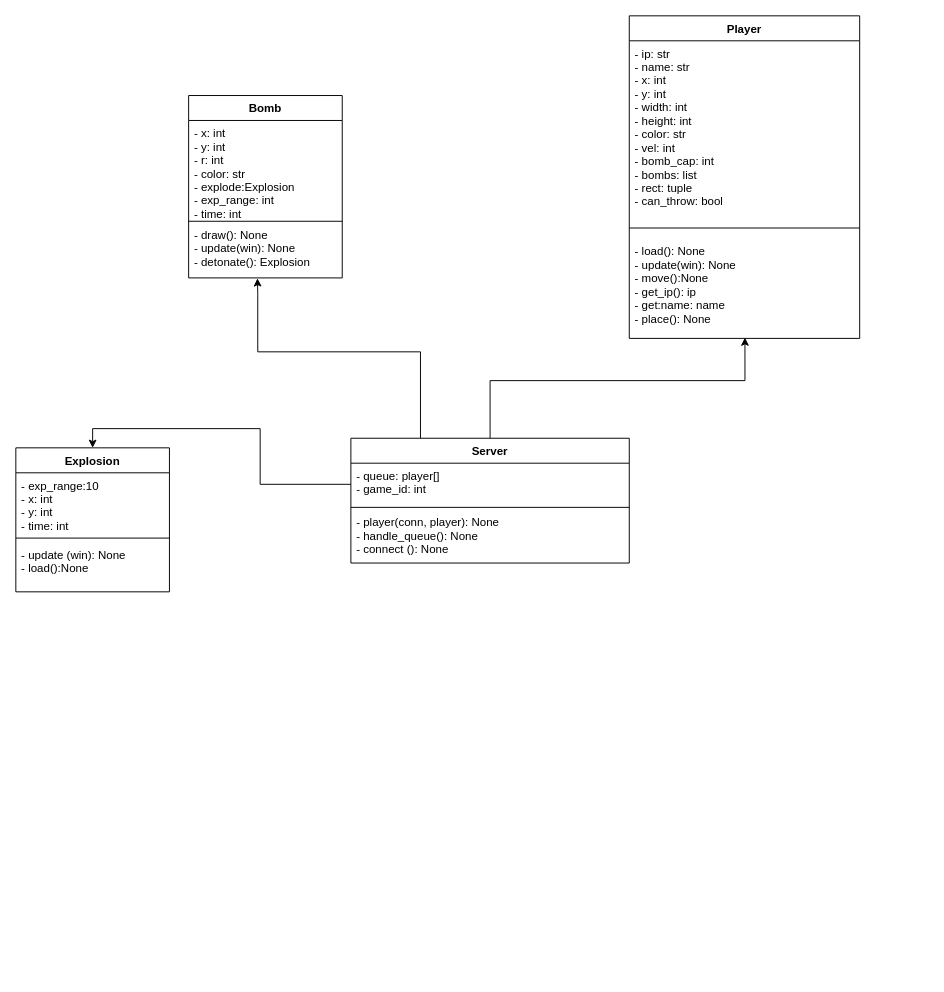
Earlier version of the draw.io diagram .drawio (Truntaler/TM-Project). Source tidied: cells renumbered, new cells numbered last; positions are measured from the earlier drawing's top-left corner, leaving out a move shared by most shapes. Both pictures are drawn from the tidied source at 96%, with x=0, y=0 at pixel (15, 15).
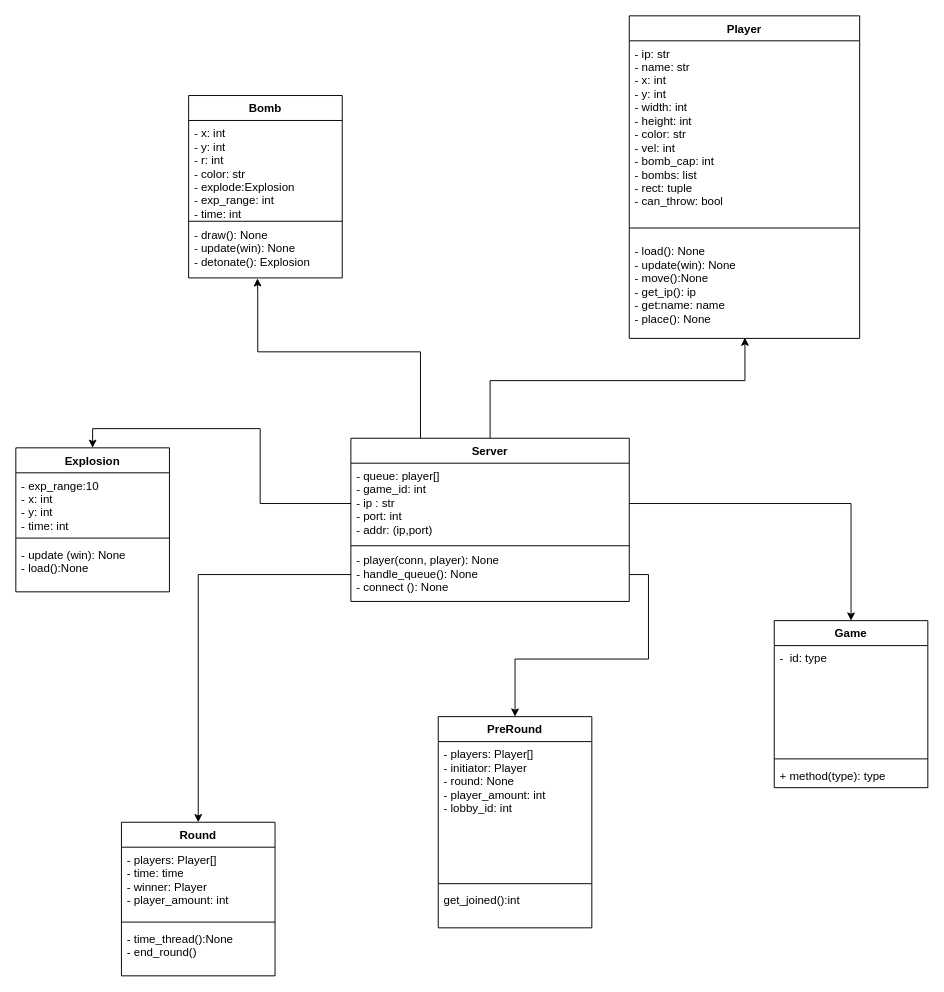
Above is the later version.

Commit message:
server_7/ added Round, PreRound&Game

The edit, as a diff of the source:
```diff
@@
     <mxCell id="4" value="Server" style="swimlane;fontStyle=1;align=center;verticalAlign=top;horizontal=1;startSize=26;" parent="1" vertex="1">
-      <mxGeometry x="349" y="440" width="290" height="130" as="geometry" />
+      <mxGeometry x="349" y="440" width="290" height="170" as="geometry" />
     </mxCell>
-    <mxCell id="5" value="- queue: player[]&#10;- game_id: int" style="text;strokeColor=none;fillColor=none;align=left;verticalAlign=top;spacingLeft=4;spacingRight=4;overflow=hidden;points=[[0,0.5],[1,0.5]];portConstraint=eastwest;" parent="4" vertex="1">
-      <mxGeometry y="26" width="290" height="44" as="geometry" />
+    <mxCell id="5" value="- queue: player[]&#10;- game_id: int&#10;- ip : str&#10;- port: int&#10;- addr: (ip,port) " style="text;strokeColor=none;fillColor=none;align=left;verticalAlign=top;spacingLeft=4;spacingRight=4;overflow=hidden;points=[[0,0.5],[1,0.5]];portConstraint=eastwest;" parent="4" vertex="1">
+      <mxGeometry y="26" width="290" height="84" as="geometry" />
     </mxCell>
     <mxCell id="6" style="line;strokeWidth=1;fillColor=none;align=left;verticalAlign=middle;spacingTop=-1;spacingLeft=3;spacingRight=3;labelPosition=right;" parent="4" vertex="1">
-      <mxGeometry y="70" width="290" height="4" as="geometry" />
+      <mxGeometry y="110" width="290" height="4" as="geometry" />
     </mxCell>
     <mxCell id="7" value="- player(conn, player): None&#10;- handle_queue(): None&#10;- connect (): None&#10;" style="text;strokeColor=none;fillColor=none;align=left;verticalAlign=top;spacingLeft=4;spacingRight=4;overflow=hidden;points=[[0,0.5],[1,0.5]];portConstraint=eastwest;" parent="4" vertex="1">
-      <mxGeometry y="74" width="290" height="56" as="geometry" />
+      <mxGeometry y="114" width="290" height="56" as="geometry" />
     </mxCell>
@@
+    <mxCell id="22" value="Round" style="swimlane;fontStyle=1;align=center;verticalAlign=top;horizontal=1;startSize=26;" parent="1" vertex="1">
+      <mxGeometry x="110" y="840" width="160" height="160" as="geometry" />
+    </mxCell>
+    <mxCell id="23" value="- players: Player[]&#10;- time: time&#10;- winner: Player&#10;- player_amount: int" style="text;strokeColor=none;fillColor=none;align=left;verticalAlign=top;spacingLeft=4;spacingRight=4;overflow=hidden;" parent="22" vertex="1">
+      <mxGeometry y="26" width="160" height="74" as="geometry" />
+    </mxCell>
+    <mxCell id="24" style="line;strokeWidth=1;fillColor=none;align=left;verticalAlign=middle;spacingTop=-1;spacingLeft=3;spacingRight=3;labelPosition=right;" parent="22" vertex="1">
+      <mxGeometry y="100" width="160" height="8" as="geometry" />
+    </mxCell>
+    <mxCell id="25" value="- time_thread():None&#10;- end_round()" style="text;strokeColor=none;fillColor=none;align=left;verticalAlign=top;spacingLeft=4;spacingRight=4;overflow=hidden;" parent="22" vertex="1">
+      <mxGeometry y="108" width="160" height="52" as="geometry" />
+    </mxCell>
+    <mxCell id="26" style="edgeStyle=orthogonalEdgeStyle;rounded=0;jettySize=auto;html=1;exitX=0;exitY=0.5;exitDx=0;exitDy=0;" parent="1" edge="1" source="7" target="22">
+      <mxGeometry relative="1" as="geometry" />
+    </mxCell>
+    <mxCell id="27" value="PreRound" style="swimlane;fontStyle=1;align=center;verticalAlign=top;horizontal=1;startSize=26;" parent="1" vertex="1">
+      <mxGeometry x="440" y="730" width="160" height="220" as="geometry" />
+    </mxCell>
+    <mxCell id="28" value="- players: Player[]&#10;- initiator: Player&#10;- round: None&#10;- player_amount: int&#10;- lobby_id: int&#10;&#10;" style="text;strokeColor=none;fillColor=none;align=left;verticalAlign=top;spacingLeft=4;spacingRight=4;overflow=hidden;" parent="27" vertex="1">
+      <mxGeometry y="26" width="160" height="144" as="geometry" />
+    </mxCell>
+    <mxCell id="29" style="line;strokeWidth=1;fillColor=none;align=left;verticalAlign=middle;spacingTop=-1;spacingLeft=3;spacingRight=3;labelPosition=right;" parent="27" vertex="1">
+      <mxGeometry y="170" width="160" height="8" as="geometry" />
+    </mxCell>
+    <mxCell id="30" value="get_joined():int&#10;" style="text;strokeColor=none;fillColor=none;align=left;verticalAlign=top;spacingLeft=4;spacingRight=4;overflow=hidden;" parent="27" vertex="1">
+      <mxGeometry y="178" width="160" height="42" as="geometry" />
+    </mxCell>
+    <mxCell id="31" style="edgeStyle=orthogonalEdgeStyle;rounded=0;jettySize=auto;html=1;exitX=1;exitY=0.5;exitDx=0;exitDy=0;entryX=0.5;entryY=0;entryDx=0;entryDy=0;" parent="1" edge="1" source="7" target="27">
+      <mxGeometry relative="1" as="geometry" />
+    </mxCell>
+    <mxCell id="32" style="edgeStyle=orthogonalEdgeStyle;rounded=0;jettySize=auto;html=1;entryX=0.5;entryY=0;entryDx=0;entryDy=0;" parent="1" edge="1" source="5" target="33">
+      <mxGeometry relative="1" as="geometry" />
+    </mxCell>
+    <mxCell id="33" value="Game" style="swimlane;fontStyle=1;align=center;verticalAlign=top;horizontal=1;startSize=26;" parent="1" vertex="1">
+      <mxGeometry x="790" y="630" width="160" height="174" as="geometry" />
+    </mxCell>
+    <mxCell id="34" value="-  id: type" style="text;strokeColor=none;fillColor=none;align=left;verticalAlign=top;spacingLeft=4;spacingRight=4;overflow=hidden;" parent="33" vertex="1">
+      <mxGeometry y="26" width="160" height="114" as="geometry" />
+    </mxCell>
+    <mxCell id="35" style="line;strokeWidth=1;fillColor=none;align=left;verticalAlign=middle;spacingTop=-1;spacingLeft=3;spacingRight=3;labelPosition=right;" parent="33" vertex="1">
+      <mxGeometry y="140" width="160" height="8" as="geometry" />
+    </mxCell>
+    <mxCell id="36" value="+ method(type): type" style="text;strokeColor=none;fillColor=none;align=left;verticalAlign=top;spacingLeft=4;spacingRight=4;overflow=hidden;" parent="33" vertex="1">
+      <mxGeometry y="148" width="160" height="26" as="geometry" />
+    </mxCell>
```
